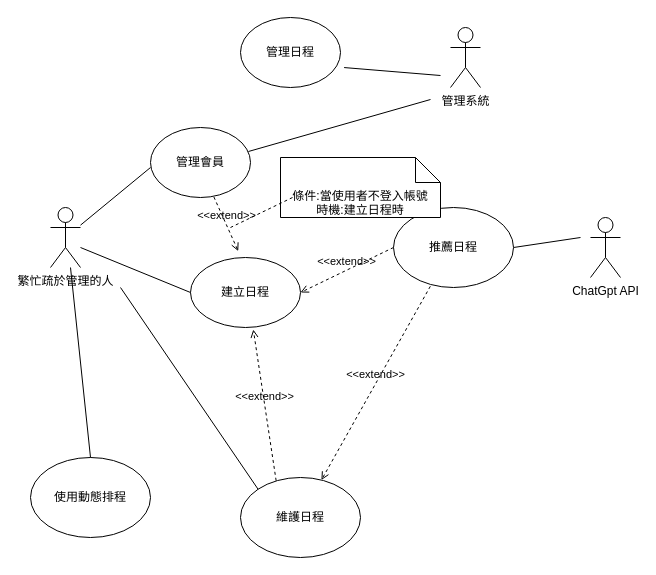
This is page "使用個案圖" (1 of 2) of 系統設計圖/使用個案圖20250226.drawio from Kevincheng0804/Graduation-Topic, a draw.io file, before an edit. Source tidied: cells renumbered, new cells numbered last; positions are measured from the earlier drawing's top-left corner, leaving out a move shared by most shapes. Both pictures are drawn from the tidied source at 100%, with x=0, y=0 at pixel (30, 17).
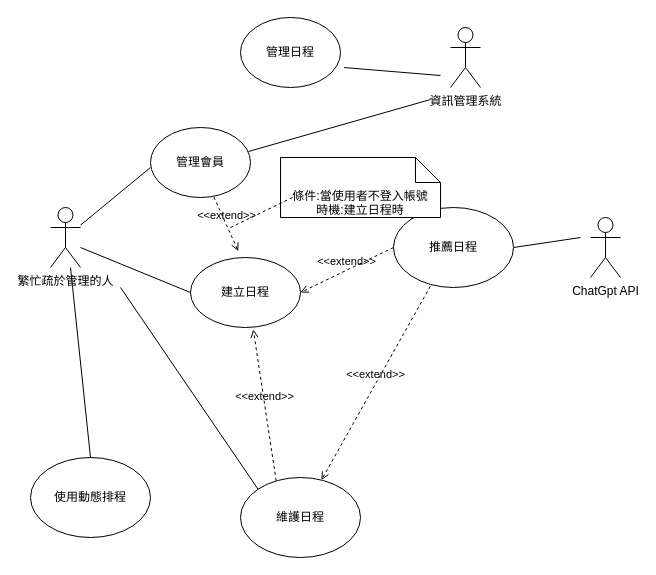
The same diagram, later.

Commit message:
2025/02/28 討論最終結果

Change to the diagram source:
```diff
@@
-    <mxCell id="6" value="管理系統" style="shape=umlActor;verticalLabelPosition=bottom;verticalAlign=top;html=1;" parent="1" vertex="1">
+    <mxCell id="6" value="資訊管理系統" style="shape=umlActor;verticalLabelPosition=bottom;verticalAlign=top;html=1;" parent="1" vertex="1">
       <mxGeometry x="420" y="10" width="30" height="60" as="geometry" />
     </mxCell>
```
